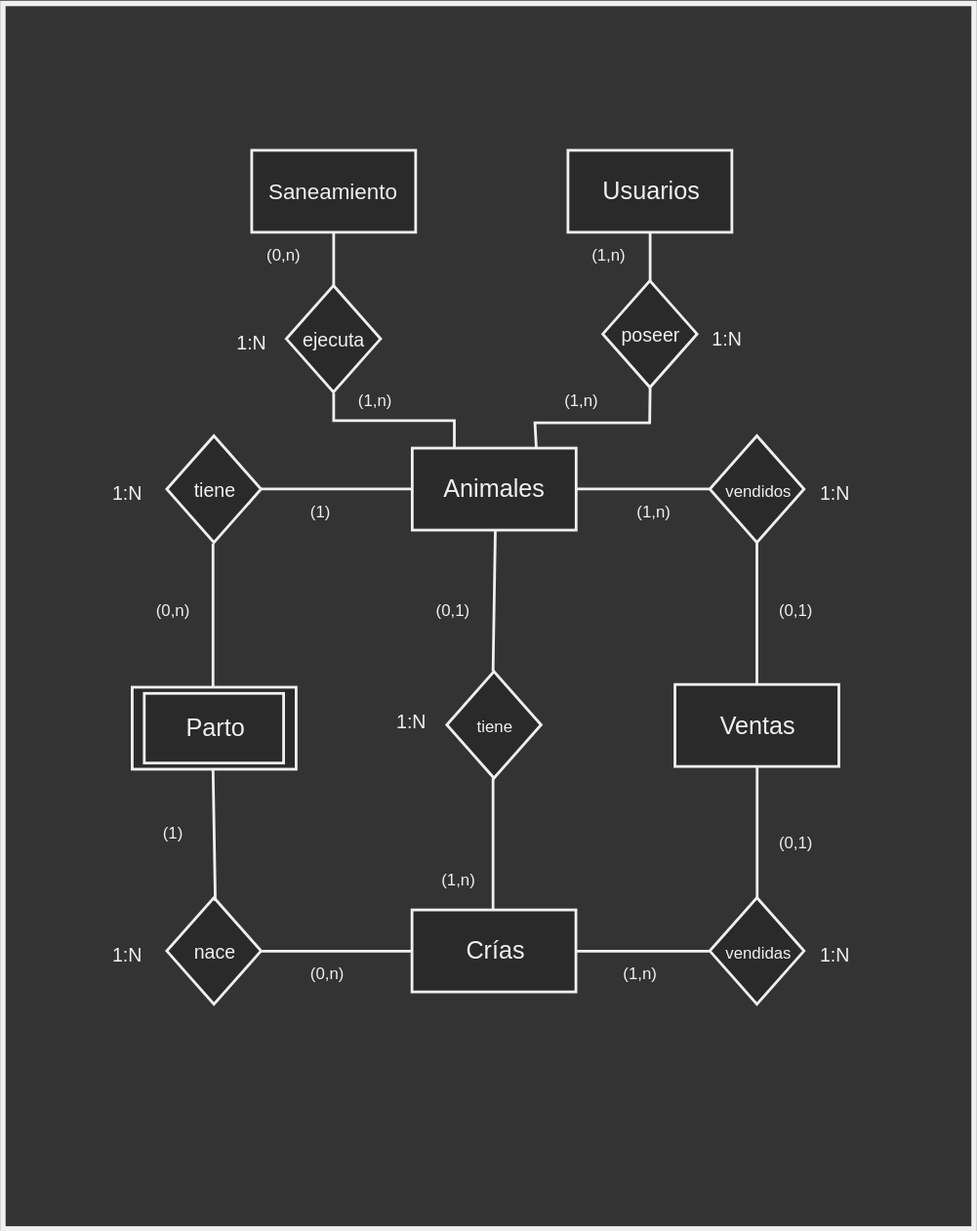
The draw.io diagram diagram/entity-relationship-1.svg in NachoAlmaraz/cattman, before a commit. Source tidied: cells renumbered, new cells last; positions are measured from the earlier drawing's top-left corner, leaving out a move shared by most shapes.
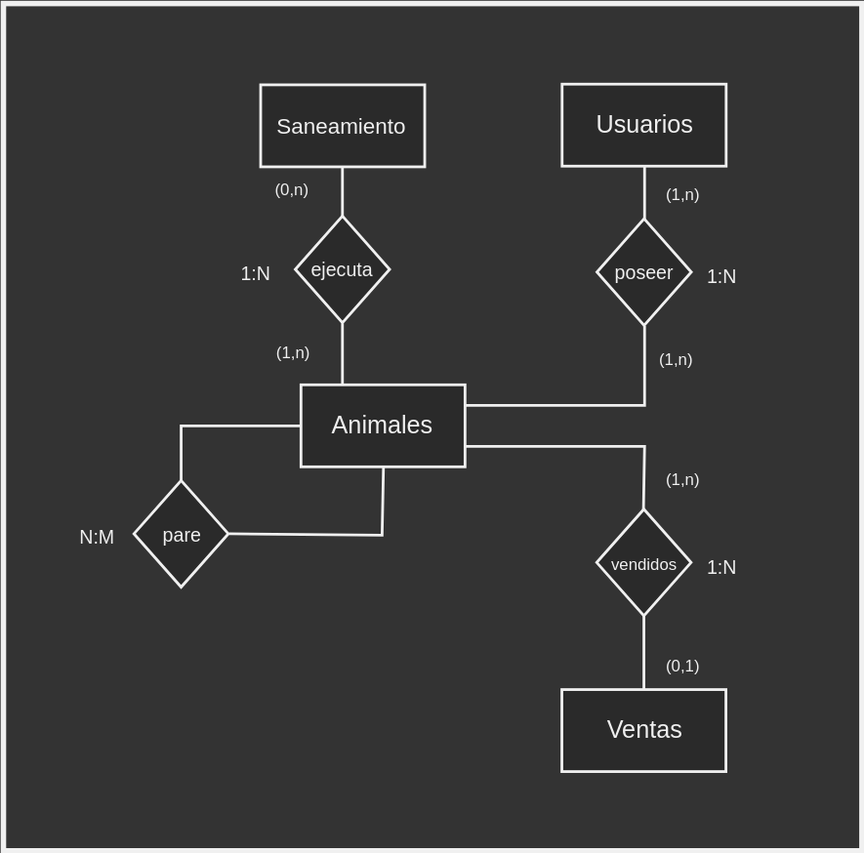
Above is the later version.

Commit message:
Update entity relationship model.

Im modifying concept for relationship model.

The edit, as a diff of the source:
```diff
@@ -2,161 +2,99 @@
   <root>
     <mxCell id="0" />
     <mxCell id="1" parent="0" />
+    <mxCell id="51" value="&amp;nbsp;&amp;nbsp;" style="rounded=0;whiteSpace=wrap;html=1;strokeWidth=4;fillColor=none;" parent="1" vertex="1">
+      <mxGeometry x="3" y="60" width="628" height="620" as="geometry" />
+    </mxCell>
     <mxCell id="2" value="&lt;font style=&quot;font-size: 18px&quot;&gt;Usuarios&lt;/font&gt;&lt;br&gt;" style="rounded=0;whiteSpace=wrap;html=1;strokeWidth=2;" parent="1" vertex="1">
-      <mxGeometry x="413.2" y="107.5" width="120" height="60" as="geometry" />
+      <mxGeometry x="411.7" y="119" width="120" height="60" as="geometry" />
     </mxCell>
     <mxCell id="3" value="(1,n)" style="text;html=1;align=left;verticalAlign=top;spacingTop=-4;" parent="1" vertex="1">
-      <mxGeometry x="429.2" y="175" width="40" height="20" as="geometry" />
+      <mxGeometry x="486.2" y="189.5" width="40" height="20" as="geometry" />
     </mxCell>
-    <mxCell id="4" style="edgeStyle=orthogonalEdgeStyle;rounded=0;html=1;endArrow=none;endFill=0;jettySize=auto;strokeWidth=2;entryX=0;entryY=0.5;" parent="1" edge="1" source="6" target="27">
-      <mxGeometry relative="1" as="geometry" />
-    </mxCell>
-    <mxCell id="5" style="edgeStyle=orthogonalEdgeStyle;rounded=0;html=1;exitX=0.25;exitY=0;endArrow=none;endFill=0;jettySize=auto;strokeWidth=2;entryX=0.5;entryY=1;" parent="1" edge="1" source="6" target="46">
-      <mxGeometry relative="1" as="geometry" />
-    </mxCell>
+    <mxCell id="52" style="edgeStyle=none;rounded=0;html=1;exitX=1;exitY=0.75;endArrow=none;endFill=0;jettySize=auto;strokeWidth=2;" parent="1" edge="1" source="6">
+      <mxGeometry relative="1" as="geometry">
+        <mxPoint x="471" y="441" as="targetPoint" />
+        <Array as="points">
+          <mxPoint x="472" y="384" />
+        </Array>
+      </mxGeometry>
+    </mxCell>
+    <mxCell id="50" style="edgeStyle=none;rounded=0;html=1;exitX=1;exitY=0.25;entryX=0.5;entryY=1;endArrow=none;endFill=0;jettySize=auto;strokeWidth=2;" parent="1" edge="1" source="6" target="10">
+      <mxGeometry relative="1" as="geometry">
+        <Array as="points">
+          <mxPoint x="472" y="354" />
+        </Array>
+      </mxGeometry>
+    </mxCell>
     <mxCell id="6" value="&lt;span style=&quot;font-size: 18px&quot;&gt;Animales&lt;/span&gt;" style="rounded=0;whiteSpace=wrap;html=1;strokeWidth=2;" parent="1" vertex="1">
-      <mxGeometry x="299.2" y="325.5" width="120" height="60" as="geometry" />
+      <mxGeometry x="220.7" y="339" width="120" height="60" as="geometry" />
     </mxCell>
-    <mxCell id="7" style="edgeStyle=orthogonalEdgeStyle;rounded=0;html=1;endArrow=none;endFill=0;jettySize=auto;strokeWidth=2;entryX=0;entryY=0.5;exitX=1;exitY=0.5;" parent="1" edge="1" source="23" target="13">
-      <mxGeometry relative="1" as="geometry" />
-    </mxCell>
-    <mxCell id="8" value="&lt;span style=&quot;font-size: 18px&quot;&gt;Parto&lt;/span&gt;" style="rounded=0;whiteSpace=wrap;html=1;strokeWidth=2;" parent="1" vertex="1">
-      <mxGeometry x="94.2" y="500.5" width="120" height="60" as="geometry" />
-    </mxCell>
     <mxCell id="9" value="(1,n)" style="text;html=1;align=left;verticalAlign=top;spacingTop=-4;" parent="1" vertex="1">
-      <mxGeometry x="409.2" y="281" width="40" height="20" as="geometry" />
+      <mxGeometry x="481.2" y="310.5" width="40" height="20" as="geometry" />
     </mxCell>
     <mxCell id="10" value="poseer" style="shape=rhombus;strokeWidth=2;fontSize=17;perimeter=rhombusPerimeter;whiteSpace=wrap;html=1;align=center;fontSize=14;" parent="1" vertex="1">
-      <mxGeometry x="438.7" y="203" width="69" height="78" as="geometry" />
+      <mxGeometry x="437.2" y="217.5" width="69" height="78" as="geometry" />
     </mxCell>
     <mxCell id="11" value="&lt;font style=&quot;font-size: 14px&quot;&gt;1:N&lt;/font&gt;" style="text;html=1;align=left;verticalAlign=top;spacingTop=-4;" parent="1" vertex="1">
-      <mxGeometry x="517.2" y="234.5" width="32" height="15" as="geometry" />
+      <mxGeometry x="515.7" y="249" width="32" height="15" as="geometry" />
     </mxCell>
-    <mxCell id="12" style="edgeStyle=orthogonalEdgeStyle;rounded=0;html=1;endArrow=none;endFill=0;jettySize=auto;strokeWidth=2;entryX=0;entryY=0.5;" parent="1" edge="1" source="13" target="28">
-      <mxGeometry relative="1" as="geometry" />
-    </mxCell>
-    <mxCell id="13" value="&lt;span style=&quot;font-size: 18px&quot;&gt;Crías&lt;br&gt;&lt;/span&gt;" style="rounded=0;whiteSpace=wrap;html=1;strokeWidth=2;" parent="1" vertex="1">
-      <mxGeometry x="299" y="663.5" width="120" height="60" as="geometry" />
-    </mxCell>
-    <mxCell id="14" style="endArrow=none;html=1;exitDx=0;exitDy=0;entryX=0.5;entryY=1;exitX=0.5;exitY=0;strokeWidth=2;" parent="1" edge="1" source="15" target="6">
-      <mxGeometry relative="1" as="geometry" />
+    <mxCell id="14" style="endArrow=none;html=1;exitDx=0;exitDy=0;entryX=0.5;entryY=1;exitX=1;exitY=0.5;strokeWidth=2;rounded=0;endFill=0;" parent="1" edge="1" source="21" target="6">
+      <mxGeometry relative="1" as="geometry">
+        <Array as="points">
+          <mxPoint x="280" y="449" />
+        </Array>
+      </mxGeometry>
     </mxCell>
-    <mxCell id="15" value="&lt;font style=&quot;font-size: 12px&quot;&gt;tiene&lt;/font&gt;" style="shape=rhombus;strokeWidth=2;fontSize=17;perimeter=rhombusPerimeter;whiteSpace=wrap;html=1;align=center;fontSize=14;" parent="1" vertex="1">
-      <mxGeometry x="324.5" y="489" width="69" height="78" as="geometry" />
-    </mxCell>
-    <mxCell id="16" style="endArrow=none;html=1;exitDx=0;exitDy=0;entryX=0.5;entryY=1;exitX=0.5;exitY=0;strokeWidth=2;" parent="1" edge="1" source="13" target="15">
-      <mxGeometry relative="1" as="geometry" />
-    </mxCell>
     <mxCell id="17" style="endArrow=none;html=1;exitX=0.5;exitY=0;entryX=0.5;entryY=1;strokeWidth=2;" parent="1" edge="1" source="10" target="2">
       <mxGeometry relative="1" as="geometry" />
     </mxCell>
-    <mxCell id="18" value="(0,1)" style="text;html=1;align=left;verticalAlign=top;spacingTop=-4;" parent="1" vertex="1">
-      <mxGeometry x="315" y="434.5" width="40" height="20" as="geometry" />
-    </mxCell>
-    <mxCell id="19" value="(1,n)" style="text;html=1;align=left;verticalAlign=top;spacingTop=-4;" parent="1" vertex="1">
-      <mxGeometry x="319" y="631.5" width="35" height="14" as="geometry" />
-    </mxCell>
-    <mxCell id="20" value="&lt;font style=&quot;font-size: 14px&quot;&gt;1:N&lt;/font&gt;" style="text;html=1;align=left;verticalAlign=top;spacingTop=-4;" parent="1" vertex="1">
-      <mxGeometry x="286" y="515.5" width="32" height="15" as="geometry" />
-    </mxCell>
-    <mxCell id="21" value="&lt;font style=&quot;font-size: 14px&quot;&gt;tiene&lt;/font&gt;" style="shape=rhombus;strokeWidth=2;fontSize=17;perimeter=rhombusPerimeter;whiteSpace=wrap;html=1;align=center;fontSize=14;" parent="1" vertex="1">
-      <mxGeometry x="119.5" y="316.5" width="69" height="78" as="geometry" />
+    <mxCell id="21" value="&lt;font style=&quot;font-size: 14px&quot;&gt;pare&lt;/font&gt;" style="shape=rhombus;strokeWidth=2;fontSize=17;perimeter=rhombusPerimeter;whiteSpace=wrap;html=1;align=center;fontSize=14;" parent="1" vertex="1">
+      <mxGeometry x="98.5" y="409" width="69" height="78" as="geometry" />
     </mxCell>
     <mxCell id="22" style="edgeStyle=orthogonalEdgeStyle;rounded=0;html=1;jettySize=auto;endArrow=none;endFill=0;strokeWidth=2;" parent="1" edge="1" source="6" target="21">
       <mxGeometry relative="1" as="geometry" />
     </mxCell>
-    <mxCell id="23" value="&lt;font style=&quot;font-size: 14px&quot;&gt;nace&lt;/font&gt;" style="shape=rhombus;strokeWidth=2;fontSize=17;perimeter=rhombusPerimeter;whiteSpace=wrap;html=1;align=center;fontSize=14;" parent="1" vertex="1">
-      <mxGeometry x="119.5" y="654.5" width="69" height="78" as="geometry" />
-    </mxCell>
     <mxCell id="24" style="edgeStyle=orthogonalEdgeStyle;rounded=0;html=1;jettySize=auto;endArrow=none;endFill=0;strokeWidth=2;" parent="1" edge="1" source="27" target="26">
       <mxGeometry relative="1" as="geometry" />
     </mxCell>
-    <mxCell id="25" style="edgeStyle=orthogonalEdgeStyle;rounded=0;html=1;exitX=0.5;exitY=1;entryX=0.5;entryY=0;endArrow=none;endFill=0;jettySize=auto;strokeWidth=2;" parent="1" edge="1" source="26" target="28">
-      <mxGeometry relative="1" as="geometry" />
-    </mxCell>
     <mxCell id="26" value="&lt;span style=&quot;font-size: 18px&quot;&gt;Ventas&lt;/span&gt;" style="rounded=0;whiteSpace=wrap;html=1;strokeWidth=2;" parent="1" vertex="1">
-      <mxGeometry x="491.5" y="498.5" width="120" height="60" as="geometry" />
+      <mxGeometry x="411.5" y="562" width="120" height="60" as="geometry" />
     </mxCell>
     <mxCell id="27" value="&lt;font style=&quot;font-size: 12px&quot;&gt;vendidos&lt;/font&gt;" style="shape=rhombus;strokeWidth=2;fontSize=17;perimeter=rhombusPerimeter;whiteSpace=wrap;html=1;align=center;fontSize=14;" parent="1" vertex="1">
-      <mxGeometry x="517" y="316.5" width="69" height="78" as="geometry" />
+      <mxGeometry x="437" y="430" width="69" height="78" as="geometry" />
     </mxCell>
-    <mxCell id="28" value="&lt;font style=&quot;font-size: 12px&quot;&gt;vendidas&lt;/font&gt;" style="shape=rhombus;strokeWidth=2;fontSize=17;perimeter=rhombusPerimeter;whiteSpace=wrap;html=1;align=center;fontSize=14;" parent="1" vertex="1">
-      <mxGeometry x="517" y="654.5" width="69" height="78" as="geometry" />
-    </mxCell>
-    <mxCell id="29" style="endArrow=none;html=1;strokeWidth=2;entryX=0.5;entryY=1;exitX=0.505;exitY=0.042;exitPerimeter=0;" parent="1" edge="1" source="23" target="8">
-      <mxGeometry relative="1" as="geometry" />
-    </mxCell>
-    <mxCell id="30" style="endArrow=none;html=1;strokeWidth=2;entryX=0.5;entryY=1;exitX=0.5;exitY=0;" parent="1" edge="1" source="8" target="21">
-      <mxGeometry relative="1" as="geometry" />
-    </mxCell>
-    <mxCell id="31" value="&lt;font style=&quot;font-size: 14px&quot;&gt;1:N&lt;/font&gt;" style="text;html=1;align=left;verticalAlign=top;spacingTop=-4;" parent="1" vertex="1">
-      <mxGeometry x="78" y="348" width="32" height="15" as="geometry" />
+    <mxCell id="31" value="&lt;font style=&quot;font-size: 14px&quot;&gt;N:M&lt;/font&gt;" style="text;html=1;align=left;verticalAlign=top;spacingTop=-4;" parent="1" vertex="1">
+      <mxGeometry x="56.5" y="440" width="36" height="15" as="geometry" />
     </mxCell>
-    <mxCell id="32" value="(1)" style="text;html=1;align=left;verticalAlign=top;spacingTop=-4;" parent="1" vertex="1">
-      <mxGeometry x="223" y="363" width="25" height="14" as="geometry" />
-    </mxCell>
-    <mxCell id="33" value="(0,n)" style="text;html=1;align=left;verticalAlign=top;spacingTop=-4;" parent="1" vertex="1">
-      <mxGeometry x="110" y="434.5" width="35" height="14" as="geometry" />
-    </mxCell>
-    <mxCell id="34" value="(1)" style="text;html=1;align=left;verticalAlign=top;spacingTop=-4;" parent="1" vertex="1">
-      <mxGeometry x="115" y="597.5" width="25" height="14" as="geometry" />
-    </mxCell>
-    <mxCell id="35" value="(0,n)" style="text;html=1;align=left;verticalAlign=top;spacingTop=-4;" parent="1" vertex="1">
-      <mxGeometry x="223" y="701" width="35" height="14" as="geometry" />
-    </mxCell>
-    <mxCell id="36" value="&lt;font style=&quot;font-size: 14px&quot;&gt;1:N&lt;/font&gt;" style="text;html=1;align=left;verticalAlign=top;spacingTop=-4;" parent="1" vertex="1">
-      <mxGeometry x="78" y="686" width="32" height="15" as="geometry" />
-    </mxCell>
     <mxCell id="37" value="&lt;font style=&quot;font-size: 14px&quot;&gt;1:N&lt;/font&gt;" style="text;html=1;align=left;verticalAlign=top;spacingTop=-4;" parent="1" vertex="1">
-      <mxGeometry x="595.5" y="348" width="32" height="15" as="geometry" />
+      <mxGeometry x="515.5" y="461.5" width="32" height="15" as="geometry" />
     </mxCell>
-    <mxCell id="38" value="&lt;font style=&quot;font-size: 14px&quot;&gt;1:N&lt;/font&gt;" style="text;html=1;align=left;verticalAlign=top;spacingTop=-4;" parent="1" vertex="1">
-      <mxGeometry x="595.5" y="686" width="32" height="15" as="geometry" />
-    </mxCell>
     <mxCell id="39" value="(1,n)" style="text;html=1;align=left;verticalAlign=top;spacingTop=-4;" parent="1" vertex="1">
-      <mxGeometry x="462" y="363" width="35" height="14" as="geometry" />
+      <mxGeometry x="486" y="399" width="35" height="14" as="geometry" />
     </mxCell>
-    <mxCell id="40" value="(1,n)" style="text;html=1;align=left;verticalAlign=top;spacingTop=-4;" parent="1" vertex="1">
-      <mxGeometry x="451.5" y="701" width="35" height="14" as="geometry" />
-    </mxCell>
     <mxCell id="41" value="(0,1)" style="text;html=1;align=left;verticalAlign=top;spacingTop=-4;" parent="1" vertex="1">
-      <mxGeometry x="566" y="434.5" width="40" height="20" as="geometry" />
+      <mxGeometry x="486" y="534.5" width="40" height="20" as="geometry" />
     </mxCell>
-    <mxCell id="42" value="(0,1)" style="text;html=1;align=left;verticalAlign=top;spacingTop=-4;" parent="1" vertex="1">
-      <mxGeometry x="566" y="604.5" width="40" height="20" as="geometry" />
-    </mxCell>
-    <mxCell id="43" style="rounded=0;whiteSpace=wrap;html=1;fillColor=none;strokeWidth=2;" parent="1" vertex="1">
-      <mxGeometry x="103" y="505" width="102" height="51" as="geometry" />
-    </mxCell>
     <mxCell id="44" value="&lt;span style=&quot;font-size: 16px&quot;&gt;Saneamiento&lt;br&gt;&lt;/span&gt;" style="rounded=0;whiteSpace=wrap;html=1;strokeWidth=2;" parent="1" vertex="1">
-      <mxGeometry x="181.7" y="107.5" width="120" height="60" as="geometry" />
+      <mxGeometry x="191.2" y="119.5" width="120" height="60" as="geometry" />
     </mxCell>
-    <mxCell id="45" style="edgeStyle=orthogonalEdgeStyle;rounded=0;html=1;exitX=0.5;exitY=0;entryX=0.5;entryY=1;endArrow=none;endFill=0;jettySize=auto;strokeWidth=2;" parent="1" edge="1" source="46" target="44">
-      <mxGeometry relative="1" as="geometry" />
-    </mxCell>
     <mxCell id="46" value="ejecuta" style="shape=rhombus;strokeWidth=2;fontSize=17;perimeter=rhombusPerimeter;whiteSpace=wrap;html=1;align=center;fontSize=14;" parent="1" vertex="1">
-      <mxGeometry x="207" y="206.5" width="69" height="78" as="geometry" />
+      <mxGeometry x="216.5" y="215.5" width="69" height="78" as="geometry" />
     </mxCell>
     <mxCell id="47" value="&lt;font style=&quot;font-size: 14px&quot;&gt;1:N&lt;/font&gt;" style="text;html=1;align=left;verticalAlign=top;spacingTop=-4;" parent="1" vertex="1">
-      <mxGeometry x="169.2" y="238" width="32" height="15" as="geometry" />
+      <mxGeometry x="175.2" y="247" width="32" height="15" as="geometry" />
     </mxCell>
     <mxCell id="48" value="(0,n)" style="text;html=1;align=left;verticalAlign=top;spacingTop=-4;" parent="1" vertex="1">
-      <mxGeometry x="190.7" y="175" width="35" height="14" as="geometry" />
+      <mxGeometry x="200.2" y="186.5" width="35" height="14" as="geometry" />
     </mxCell>
     <mxCell id="49" value="(1,n)" style="text;html=1;align=left;verticalAlign=top;spacingTop=-4;" parent="1" vertex="1">
-      <mxGeometry x="258.2" y="281" width="40" height="20" as="geometry" />
+      <mxGeometry x="200.7" y="306" width="40" height="20" as="geometry" />
     </mxCell>
-    <mxCell id="50" style="endArrow=none;html=1;strokeWidth=2;entryX=0.5;entryY=1;exitX=0.75;exitY=0;rounded=0;endFill=0;" parent="1" edge="1" source="6" target="10">
-      <mxGeometry relative="1" as="geometry">
-        <Array as="points">
-          <mxPoint x="389" y="307" />
-          <mxPoint x="431" y="307" />
-          <mxPoint x="473" y="307" />
-        </Array>
-      </mxGeometry>
-    </mxCell>
-    <mxCell id="51" style="rounded=0;whiteSpace=wrap;html=1;strokeWidth=4;fillColor=none;" parent="1" vertex="1">
-      <mxGeometry x="-0.5" width="711" height="897" as="geometry" />
-    </mxCell>
+    <mxCell id="5" style="rounded=0;html=1;exitX=0.25;exitY=0;entryX=0.5;entryY=1;endArrow=none;endFill=0;jettySize=auto;strokeWidth=2;" parent="1" edge="1" source="6" target="46">
+      <mxGeometry relative="1" as="geometry" />
+    </mxCell>
+    <mxCell id="45" style="rounded=0;html=1;exitX=0.5;exitY=0;endArrow=none;endFill=0;jettySize=auto;strokeWidth=2;entryX=0.5;entryY=1;" parent="1" edge="1" source="46" target="44">
+      <mxGeometry relative="1" as="geometry" />
+    </mxCell>
   </root>
 </mxGraphModel>
```
